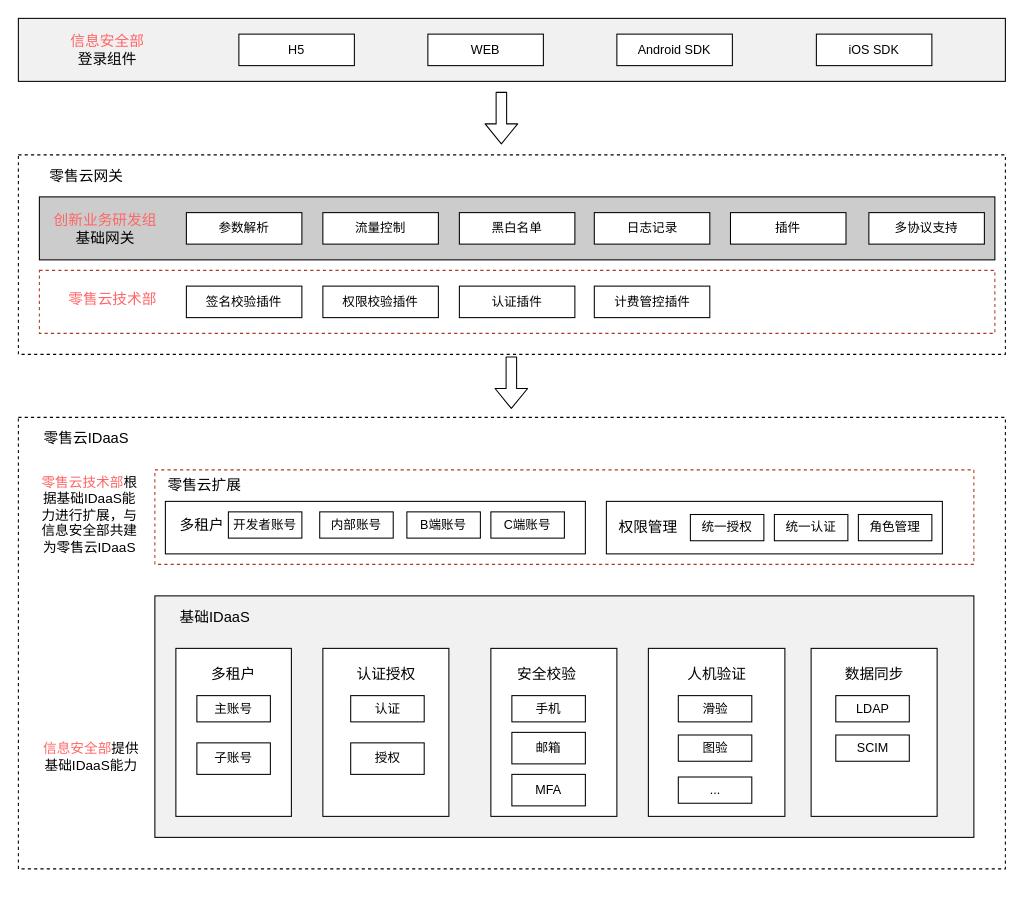
The draw.io diagram 零售云IDaaS.drawio in greenabyss/image, before the edit. Source tidied: cells renumbered, new cells numbered last; positions are measured from the earlier drawing's top-left corner, leaving out a move shared by most shapes. Both pictures are drawn from the tidied source at 105%, with x=0, y=0 at pixel (18, 18).
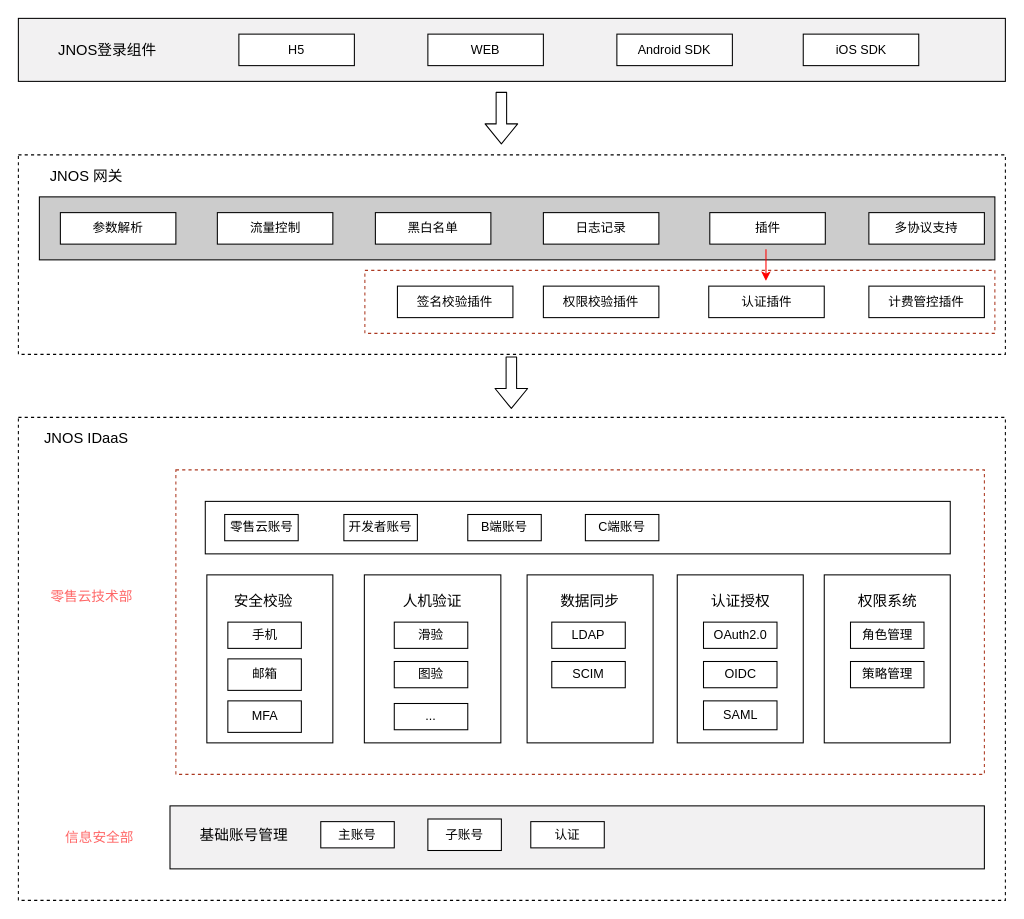
Above is the later version.

Commit message:
更新零售云IDaaS.drawio

Diff of the diagram source:
```diff
@@
     <mxCell id="3" style="rounded=0;whiteSpace=wrap;html=1;fillColor=#FFFFFF;dashed=1;" parent="1" vertex="1">
-      <mxGeometry y="380" width="940" height="430" as="geometry" />
+      <mxGeometry y="380" width="940" height="460" as="geometry" />
     </mxCell>
     <mxCell id="4" style="rounded=0;whiteSpace=wrap;html=1;dashed=1;fillColor=#FFFFFF;strokeColor=#AB3820;" parent="1" vertex="1">
-      <mxGeometry x="130" y="430" width="780" height="90" as="geometry" />
+      <mxGeometry x="150" y="430" width="770" height="290" as="geometry" />
     </mxCell>
     <mxCell id="5" style="rounded=0;whiteSpace=wrap;html=1;fillColor=#F2F1F2;" parent="1" vertex="1">
-      <mxGeometry x="130" y="550" width="780" height="230" as="geometry" />
+      <mxGeometry x="144.4" y="750" width="775.6" height="60" as="geometry" />
     </mxCell>
-    <mxCell id="6" style="rounded=0;whiteSpace=wrap;html=1;" parent="1" vertex="1">
-      <mxGeometry x="290" y="600" width="120" height="160" as="geometry" />
-    </mxCell>
-    <mxCell id="7" style="rounded=0;whiteSpace=wrap;html=1;" parent="1" vertex="1">
-      <mxGeometry x="150" y="600" width="110" height="160" as="geometry" />
-    </mxCell>
     <mxCell id="8" value="主账号" style="rounded=0;whiteSpace=wrap;html=1;" parent="1" vertex="1">
-      <mxGeometry x="170" y="645" width="70" height="25" as="geometry" />
+      <mxGeometry x="288" y="765" width="70" height="25" as="geometry" />
     </mxCell>
     <mxCell id="9" value="子账号" style="rounded=0;whiteSpace=wrap;html=1;" parent="1" vertex="1">
-      <mxGeometry x="170" y="690" width="70" height="30" as="geometry" />
+      <mxGeometry x="390" y="762.5" width="70" height="30" as="geometry" />
     </mxCell>
-    <mxCell id="10" value="&lt;font style=&quot;font-size: 14px&quot;&gt;多租户&lt;/font&gt;" style="text;html=1;strokeColor=none;fillColor=none;align=center;verticalAlign=middle;whiteSpace=wrap;rounded=0;" parent="1" vertex="1">
-      <mxGeometry x="180" y="615" width="50" height="20" as="geometry" />
-    </mxCell>
-    <mxCell id="11" value="&lt;font style=&quot;font-size: 14px&quot;&gt;认证授权&lt;/font&gt;" style="text;html=1;strokeColor=none;fillColor=none;align=center;verticalAlign=middle;whiteSpace=wrap;rounded=0;" parent="1" vertex="1">
-      <mxGeometry x="316.5" y="615" width="67" height="20" as="geometry" />
-    </mxCell>
     <mxCell id="12" value="认证" style="rounded=0;whiteSpace=wrap;html=1;" parent="1" vertex="1">
-      <mxGeometry x="316.5" y="645" width="70" height="25" as="geometry" />
+      <mxGeometry x="488" y="765" width="70" height="25" as="geometry" />
     </mxCell>
-    <mxCell id="13" value="授权" style="rounded=0;whiteSpace=wrap;html=1;" parent="1" vertex="1">
-      <mxGeometry x="316.5" y="690" width="70" height="30" as="geometry" />
-    </mxCell>
     <mxCell id="14" style="rounded=0;whiteSpace=wrap;html=1;" parent="1" vertex="1">
-      <mxGeometry x="450" y="600" width="120" height="160" as="geometry" />
+      <mxGeometry x="179.5" y="530" width="120" height="160" as="geometry" />
     </mxCell>
     <mxCell id="15" value="&lt;font style=&quot;font-size: 14px&quot;&gt;安全校验&lt;/font&gt;" style="text;html=1;strokeColor=none;fillColor=none;align=center;verticalAlign=middle;whiteSpace=wrap;rounded=0;" parent="1" vertex="1">
-      <mxGeometry x="470" y="615" width="67" height="20" as="geometry" />
+      <mxGeometry x="199.5" y="545" width="67" height="20" as="geometry" />
     </mxCell>
     <mxCell id="16" value="手机" style="rounded=0;whiteSpace=wrap;html=1;" parent="1" vertex="1">
-      <mxGeometry x="470" y="645" width="70" height="25" as="geometry" />
+      <mxGeometry x="199.5" y="575" width="70" height="25" as="geometry" />
     </mxCell>
     <mxCell id="17" value="邮箱" style="rounded=0;whiteSpace=wrap;html=1;" parent="1" vertex="1">
-      <mxGeometry x="470" y="680" width="70" height="30" as="geometry" />
+      <mxGeometry x="199.5" y="610" width="70" height="30" as="geometry" />
     </mxCell>
     <mxCell id="18" value="MFA" style="rounded=0;whiteSpace=wrap;html=1;" parent="1" vertex="1">
-      <mxGeometry x="470" y="720" width="70" height="30" as="geometry" />
+      <mxGeometry x="199.5" y="650" width="70" height="30" as="geometry" />
     </mxCell>
     <mxCell id="19" style="rounded=0;whiteSpace=wrap;html=1;" parent="1" vertex="1">
-      <mxGeometry x="600" y="600" width="130" height="160" as="geometry" />
+      <mxGeometry x="329.5" y="530" width="130" height="160" as="geometry" />
     </mxCell>
     <mxCell id="20" value="&lt;font style=&quot;font-size: 14px&quot;&gt;人机验证&lt;/font&gt;" style="text;html=1;strokeColor=none;fillColor=none;align=center;verticalAlign=middle;whiteSpace=wrap;rounded=0;" parent="1" vertex="1">
-      <mxGeometry x="631.5" y="615" width="67" height="20" as="geometry" />
+      <mxGeometry x="361" y="545" width="67" height="20" as="geometry" />
     </mxCell>
     <mxCell id="21" value="滑验" style="rounded=0;whiteSpace=wrap;html=1;" parent="1" vertex="1">
-      <mxGeometry x="628.5" y="645" width="70" height="25" as="geometry" />
+      <mxGeometry x="358" y="575" width="70" height="25" as="geometry" />
     </mxCell>
     <mxCell id="22" value="图验" style="rounded=0;whiteSpace=wrap;html=1;" parent="1" vertex="1">
-      <mxGeometry x="628.5" y="682.5" width="70" height="25" as="geometry" />
+      <mxGeometry x="358" y="612.5" width="70" height="25" as="geometry" />
     </mxCell>
     <mxCell id="23" style="rounded=0;whiteSpace=wrap;html=1;" parent="1" vertex="1">
-      <mxGeometry x="755" y="600" width="120" height="160" as="geometry" />
+      <mxGeometry x="484.5" y="530" width="120" height="160" as="geometry" />
     </mxCell>
     <mxCell id="24" value="&lt;span style=&quot;font-size: 14px&quot;&gt;数据同步&lt;/span&gt;" style="text;html=1;strokeColor=none;fillColor=none;align=center;verticalAlign=middle;whiteSpace=wrap;rounded=0;" parent="1" vertex="1">
-      <mxGeometry x="781.5" y="615" width="67" height="20" as="geometry" />
+      <mxGeometry x="511" y="545" width="67" height="20" as="geometry" />
     </mxCell>
     <mxCell id="25" value="..." style="rounded=0;whiteSpace=wrap;html=1;" parent="1" vertex="1">
-      <mxGeometry x="628.5" y="722.5" width="70" height="25" as="geometry" />
+      <mxGeometry x="358" y="652.5" width="70" height="25" as="geometry" />
     </mxCell>
     <mxCell id="26" value="LDAP" style="rounded=0;whiteSpace=wrap;html=1;" parent="1" vertex="1">
-      <mxGeometry x="778.5" y="645" width="70" height="25" as="geometry" />
+      <mxGeometry x="508" y="575" width="70" height="25" as="geometry" />
     </mxCell>
     <mxCell id="27" value="SCIM" style="rounded=0;whiteSpace=wrap;html=1;" parent="1" vertex="1">
-      <mxGeometry x="778.5" y="682.5" width="70" height="25" as="geometry" />
+      <mxGeometry x="508" y="612.5" width="70" height="25" as="geometry" />
     </mxCell>
-    <mxCell id="28" value="&lt;font style=&quot;font-size: 14px&quot;&gt;基础IDaaS&lt;/font&gt;" style="text;html=1;strokeColor=none;fillColor=none;align=center;verticalAlign=middle;whiteSpace=wrap;rounded=0;dashed=1;" parent="1" vertex="1">
-      <mxGeometry x="150" y="560" width="75" height="20" as="geometry" />
+    <mxCell id="28" value="&lt;font style=&quot;font-size: 14px&quot;&gt;基础账号管理&lt;/font&gt;" style="text;html=1;strokeColor=none;fillColor=none;align=center;verticalAlign=middle;whiteSpace=wrap;rounded=0;dashed=1;" parent="1" vertex="1">
+      <mxGeometry x="160" y="767.5" width="110" height="20" as="geometry" />
     </mxCell>
     <mxCell id="29" style="rounded=0;whiteSpace=wrap;html=1;" parent="1" vertex="1">
-      <mxGeometry x="140" y="460" width="400" height="50" as="geometry" />
+      <mxGeometry x="178" y="460" width="709.5" height="50" as="geometry" />
     </mxCell>
-    <mxCell id="30" value="&lt;font style=&quot;font-size: 14px&quot;&gt;多租户&lt;/font&gt;" style="text;html=1;strokeColor=none;fillColor=none;align=center;verticalAlign=middle;whiteSpace=wrap;rounded=0;" parent="1" vertex="1">
-      <mxGeometry x="150" y="472.5" width="50" height="20" as="geometry" />
-    </mxCell>
-    <mxCell id="31" value="开发者账号" style="rounded=0;whiteSpace=wrap;html=1;" parent="1" vertex="1">
-      <mxGeometry x="200" y="470" width="70" height="25" as="geometry" />
+    <mxCell id="31" value="零售云账号" style="rounded=0;whiteSpace=wrap;html=1;" parent="1" vertex="1">
+      <mxGeometry x="196.5" y="472.5" width="70" height="25" as="geometry" />
     </mxCell>
     <mxCell id="32" value="B端账号" style="rounded=0;whiteSpace=wrap;html=1;" parent="1" vertex="1">
-      <mxGeometry x="370" y="470" width="70" height="25" as="geometry" />
+      <mxGeometry x="428" y="472.5" width="70" height="25" as="geometry" />
     </mxCell>
     <mxCell id="33" value="C端账号" style="rounded=0;whiteSpace=wrap;html=1;" parent="1" vertex="1">
-      <mxGeometry x="450" y="470" width="70" height="25" as="geometry" />
+      <mxGeometry x="540" y="472.5" width="70" height="25" as="geometry" />
     </mxCell>
-    <mxCell id="34" value="内部账号" style="rounded=0;whiteSpace=wrap;html=1;" parent="1" vertex="1">
-      <mxGeometry x="287" y="470" width="70" height="25" as="geometry" />
+    <mxCell id="34" value="开发者账号" style="rounded=0;whiteSpace=wrap;html=1;" parent="1" vertex="1">
+      <mxGeometry x="310" y="472.5" width="70" height="25" as="geometry" />
     </mxCell>
     <mxCell id="35" style="rounded=0;whiteSpace=wrap;html=1;" parent="1" vertex="1">
-      <mxGeometry x="560" y="460" width="320" height="50" as="geometry" />
+      <mxGeometry x="627.5" y="530" width="120" height="160" as="geometry" />
     </mxCell>
-    <mxCell id="36" value="&lt;font style=&quot;font-size: 14px&quot;&gt;权限管理&lt;/font&gt;" style="text;html=1;strokeColor=none;fillColor=none;align=center;verticalAlign=middle;whiteSpace=wrap;rounded=0;" parent="1" vertex="1">
-      <mxGeometry x="570" y="475" width="60" height="20" as="geometry" />
+    <mxCell id="36" value="&lt;font style=&quot;font-size: 14px&quot;&gt;认证授权&lt;/font&gt;" style="text;html=1;strokeColor=none;fillColor=none;align=center;verticalAlign=middle;whiteSpace=wrap;rounded=0;" parent="1" vertex="1">
+      <mxGeometry x="657.5" y="545" width="60" height="20" as="geometry" />
     </mxCell>
-    <mxCell id="37" value="统一授权" style="rounded=0;whiteSpace=wrap;html=1;" parent="1" vertex="1">
-      <mxGeometry x="640" y="472.5" width="70" height="25" as="geometry" />
+    <mxCell id="37" value="OAuth2.0" style="rounded=0;whiteSpace=wrap;html=1;" parent="1" vertex="1">
+      <mxGeometry x="652.5" y="575" width="70" height="25" as="geometry" />
     </mxCell>
-    <mxCell id="38" value="统一认证" style="rounded=0;whiteSpace=wrap;html=1;" parent="1" vertex="1">
-      <mxGeometry x="720" y="472.5" width="70" height="25" as="geometry" />
+    <mxCell id="38" value="OIDC" style="rounded=0;whiteSpace=wrap;html=1;" parent="1" vertex="1">
+      <mxGeometry x="652.5" y="612.5" width="70" height="25" as="geometry" />
     </mxCell>
-    <mxCell id="39" value="角色管理" style="rounded=0;whiteSpace=wrap;html=1;" parent="1" vertex="1">
-      <mxGeometry x="800" y="472.5" width="70" height="25" as="geometry" />
+    <mxCell id="39" value="SAML" style="rounded=0;whiteSpace=wrap;html=1;" parent="1" vertex="1">
+      <mxGeometry x="652.5" y="650" width="70" height="27.5" as="geometry" />
     </mxCell>
@@
-    <mxCell id="41" value="&lt;font style=&quot;font-size: 14px&quot;&gt;零售云IDaaS&lt;/font&gt;" style="text;html=1;strokeColor=none;fillColor=none;align=center;verticalAlign=middle;whiteSpace=wrap;rounded=0;dashed=1;" parent="1" vertex="1">
+    <mxCell id="41" value="&lt;font style=&quot;font-size: 14px&quot;&gt;JNOS IDaaS&lt;/font&gt;" style="text;html=1;strokeColor=none;fillColor=none;align=center;verticalAlign=middle;whiteSpace=wrap;rounded=0;dashed=1;" parent="1" vertex="1">
       <mxGeometry x="10" y="390" width="110" height="20" as="geometry" />
     </mxCell>
-    <mxCell id="42" value="&lt;font style=&quot;font-size: 13px&quot;&gt;&lt;font color=&quot;#ff6666&quot; style=&quot;font-size: 13px&quot;&gt;零售云技术部&lt;/font&gt;根据基础IDaaS能力进行扩展，与信息安全部共建为零售云IDaaS&lt;/font&gt;" style="text;html=1;strokeColor=none;fillColor=none;align=center;verticalAlign=middle;whiteSpace=wrap;rounded=0;dashed=1;" parent="1" vertex="1">
-      <mxGeometry x="17.5" y="447.5" width="100" height="50" as="geometry" />
+    <mxCell id="42" value="&lt;font style=&quot;font-size: 13px&quot;&gt;&lt;font color=&quot;#ff6666&quot; style=&quot;font-size: 13px&quot;&gt;零售云技术部&lt;/font&gt;&lt;/font&gt;" style="text;html=1;strokeColor=none;fillColor=none;align=center;verticalAlign=middle;whiteSpace=wrap;rounded=0;dashed=1;" parent="1" vertex="1">
+      <mxGeometry x="20" y="525" width="100" height="50" as="geometry" />
     </mxCell>
-    <mxCell id="43" value="&lt;font style=&quot;font-size: 13px&quot;&gt;&lt;font color=&quot;#ff6666&quot; style=&quot;font-size: 13px&quot;&gt;信息安全部&lt;/font&gt;提供基础IDaaS能力&lt;/font&gt;" style="text;html=1;strokeColor=none;fillColor=none;align=center;verticalAlign=middle;whiteSpace=wrap;rounded=0;dashed=1;" parent="1" vertex="1">
-      <mxGeometry x="17.5" y="687.5" width="102.5" height="30" as="geometry" />
+    <mxCell id="43" value="&lt;font style=&quot;font-size: 13px&quot;&gt;&lt;font color=&quot;#ff6666&quot; style=&quot;font-size: 13px&quot;&gt;信息安全部&lt;/font&gt;&lt;/font&gt;" style="text;html=1;strokeColor=none;fillColor=none;align=center;verticalAlign=middle;whiteSpace=wrap;rounded=0;dashed=1;" parent="1" vertex="1">
+      <mxGeometry x="25.6" y="765" width="102.5" height="30" as="geometry" />
     </mxCell>
@@
     <mxCell id="48" value="iOS SDK" style="rounded=0;whiteSpace=wrap;html=1;fillColor=#FFFFFF;" parent="1" vertex="1">
-      <mxGeometry x="760" y="15" width="110" height="30" as="geometry" />
+      <mxGeometry x="747.5" y="15" width="110" height="30" as="geometry" />
     </mxCell>
-    <mxCell id="49" value="&lt;font style=&quot;font-size: 14px&quot;&gt;&lt;font color=&quot;#ff6666&quot;&gt;信息安全部&lt;/font&gt;&lt;br&gt;登录组件&lt;/font&gt;" style="text;html=1;strokeColor=none;fillColor=none;align=center;verticalAlign=middle;whiteSpace=wrap;rounded=0;dashed=1;" parent="1" vertex="1">
+    <mxCell id="49" value="&lt;span style=&quot;font-size: 14px&quot;&gt;JNOS登录组件&lt;/span&gt;" style="text;html=1;strokeColor=none;fillColor=none;align=center;verticalAlign=middle;whiteSpace=wrap;rounded=0;dashed=1;" parent="1" vertex="1">
       <mxGeometry x="30" y="20" width="110" height="20" as="geometry" />
     </mxCell>
-    <mxCell id="50" value="&lt;font style=&quot;font-size: 14px&quot;&gt;零售云扩展&lt;/font&gt;" style="text;html=1;strokeColor=none;fillColor=none;align=center;verticalAlign=middle;whiteSpace=wrap;rounded=0;dashed=1;" parent="1" vertex="1">
-      <mxGeometry x="140" y="435" width="75" height="20" as="geometry" />
-    </mxCell>
-    <mxCell id="51" value="&lt;font&gt;&lt;span style=&quot;font-size: 14px&quot;&gt;&lt;font color=&quot;#ff6666&quot;&gt;创新业务研发组&lt;/font&gt;&lt;/span&gt;&lt;br&gt;&lt;span style=&quot;font-size: 14px&quot;&gt;基础网关&lt;/span&gt;&lt;/font&gt;" style="text;html=1;strokeColor=none;fillColor=none;align=center;verticalAlign=middle;whiteSpace=wrap;rounded=0;dashed=1;" parent="1" vertex="1">
-      <mxGeometry x="28.2" y="190" width="110" height="20" as="geometry" />
-    </mxCell>
     <mxCell id="52" value="参数解析" style="rounded=0;whiteSpace=wrap;html=1;fillColor=#FFFFFF;" parent="1" vertex="1">
-      <mxGeometry x="160" y="185" width="110" height="30" as="geometry" />
+      <mxGeometry x="40" y="185" width="110" height="30" as="geometry" />
     </mxCell>
     <mxCell id="53" value="流量控制" style="rounded=0;whiteSpace=wrap;html=1;fillColor=#FFFFFF;" parent="1" vertex="1">
-      <mxGeometry x="290" y="185" width="110" height="30" as="geometry" />
+      <mxGeometry x="189.5" y="185" width="110" height="30" as="geometry" />
     </mxCell>
     <mxCell id="54" value="黑白名单" style="rounded=0;whiteSpace=wrap;html=1;fillColor=#FFFFFF;" parent="1" vertex="1">
-      <mxGeometry x="420" y="185" width="110" height="30" as="geometry" />
+      <mxGeometry x="340" y="185" width="110" height="30" as="geometry" />
     </mxCell>
     <mxCell id="55" value="日志记录" style="rounded=0;whiteSpace=wrap;html=1;fillColor=#FFFFFF;" parent="1" vertex="1">
-      <mxGeometry x="548.5" y="185" width="110" height="30" as="geometry" />
+      <mxGeometry x="500" y="185" width="110" height="30" as="geometry" />
     </mxCell>
     <mxCell id="56" value="插件" style="rounded=0;whiteSpace=wrap;html=1;fillColor=#FFFFFF;" parent="1" vertex="1">
-      <mxGeometry x="678.2" y="185" width="110" height="30" as="geometry" />
+      <mxGeometry x="658.5" y="185" width="110" height="30" as="geometry" />
     </mxCell>
@@
     <mxCell id="60" style="rounded=0;whiteSpace=wrap;html=1;dashed=1;fillColor=#FFFFFF;strokeColor=#AB3820;" parent="1" vertex="1">
-      <mxGeometry x="20" y="240" width="910" height="60" as="geometry" />
+      <mxGeometry x="330" y="240" width="600" height="60" as="geometry" />
     </mxCell>
     <mxCell id="61" value="签名校验插件" style="rounded=0;whiteSpace=wrap;html=1;" parent="1" vertex="1">
-      <mxGeometry x="160" y="255" width="110" height="30" as="geometry" />
+      <mxGeometry x="361" y="255" width="110" height="30" as="geometry" />
     </mxCell>
     <mxCell id="62" value="认证插件" style="rounded=0;whiteSpace=wrap;html=1;" parent="1" vertex="1">
-      <mxGeometry x="420" y="255" width="110" height="30" as="geometry" />
+      <mxGeometry x="657.5" y="255" width="110" height="30" as="geometry" />
     </mxCell>
     <mxCell id="63" value="计费管控插件" style="rounded=0;whiteSpace=wrap;html=1;" parent="1" vertex="1">
-      <mxGeometry x="548.5" y="255" width="110" height="30" as="geometry" />
+      <mxGeometry x="810" y="255" width="110" height="30" as="geometry" />
     </mxCell>
     <mxCell id="64" value="权限校验插件" style="rounded=0;whiteSpace=wrap;html=1;" parent="1" vertex="1">
-      <mxGeometry x="290" y="255" width="110" height="30" as="geometry" />
+      <mxGeometry x="500" y="255" width="110" height="30" as="geometry" />
     </mxCell>
-    <mxCell id="65" value="&lt;font&gt;&lt;span style=&quot;font-size: 14px&quot;&gt;&lt;font color=&quot;#ff6666&quot;&gt;零售云技术部&lt;/font&gt;&lt;/span&gt;&lt;br&gt;&lt;br&gt;&lt;/font&gt;" style="text;html=1;strokeColor=none;fillColor=none;align=center;verticalAlign=middle;whiteSpace=wrap;rounded=0;dashed=1;" parent="1" vertex="1">
-      <mxGeometry x="30" y="265" width="120" height="20" as="geometry" />
-    </mxCell>
-    <mxCell id="66" value="&lt;font style=&quot;font-size: 14px&quot;&gt;零售云网关&lt;/font&gt;" style="text;html=1;strokeColor=none;fillColor=none;align=center;verticalAlign=middle;whiteSpace=wrap;rounded=0;dashed=1;" parent="1" vertex="1">
+    <mxCell id="66" value="&lt;font style=&quot;font-size: 14px&quot;&gt;JNOS 网关&lt;/font&gt;" style="text;html=1;strokeColor=none;fillColor=none;align=center;verticalAlign=middle;whiteSpace=wrap;rounded=0;dashed=1;" parent="1" vertex="1">
       <mxGeometry x="10" y="140" width="110" height="20" as="geometry" />
     </mxCell>
+    <mxCell id="67" style="rounded=0;whiteSpace=wrap;html=1;" parent="1" vertex="1">
+      <mxGeometry x="767.5" y="530" width="120" height="160" as="geometry" />
+    </mxCell>
+    <mxCell id="68" value="&lt;font style=&quot;font-size: 14px&quot;&gt;权限系统&lt;/font&gt;" style="text;html=1;strokeColor=none;fillColor=none;align=center;verticalAlign=middle;whiteSpace=wrap;rounded=0;" parent="1" vertex="1">
+      <mxGeometry x="797.5" y="545" width="60" height="20" as="geometry" />
+    </mxCell>
+    <mxCell id="69" value="角色管理" style="rounded=0;whiteSpace=wrap;html=1;" parent="1" vertex="1">
+      <mxGeometry x="792.5" y="575" width="70" height="25" as="geometry" />
+    </mxCell>
+    <mxCell id="70" value="策略管理" style="rounded=0;whiteSpace=wrap;html=1;" parent="1" vertex="1">
+      <mxGeometry x="792.5" y="612.5" width="70" height="25" as="geometry" />
+    </mxCell>
+    <mxCell id="71" style="endArrow=classic;html=1;strokeColor=#FF0000;" parent="1" edge="1">
+      <mxGeometry relative="1" as="geometry">
+        <mxPoint x="712" y="220" as="sourcePoint" />
+        <mxPoint x="712" y="250" as="targetPoint" />
+      </mxGeometry>
+    </mxCell>
```
